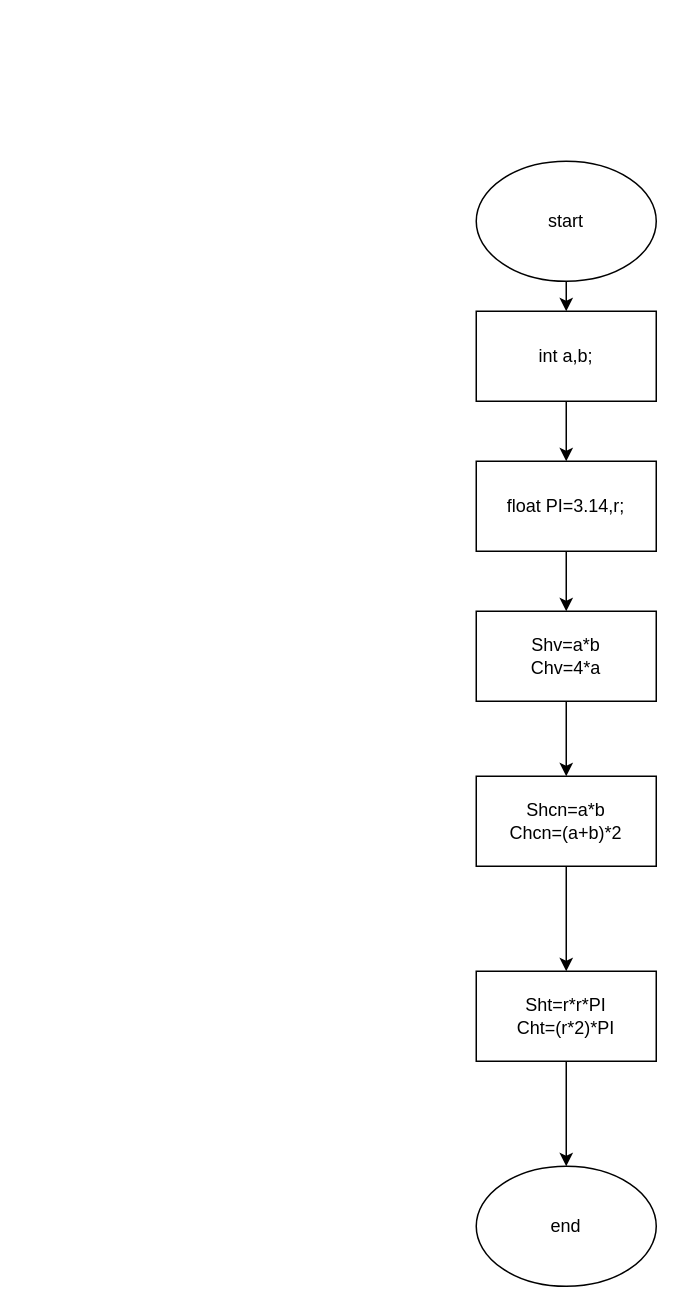
lananh243/ss2bt-bth.c keeps this draw.io diagram as bt ss2.drawio. Above is the earlier version. Source tidied: cells renumbered, new cells numbered last; positions are measured from the earlier drawing's top-left corner, leaving out a move shared by most shapes. Both pictures are drawn from the tidied source at 150%, with x=0, y=0 at pixel (476, 160).
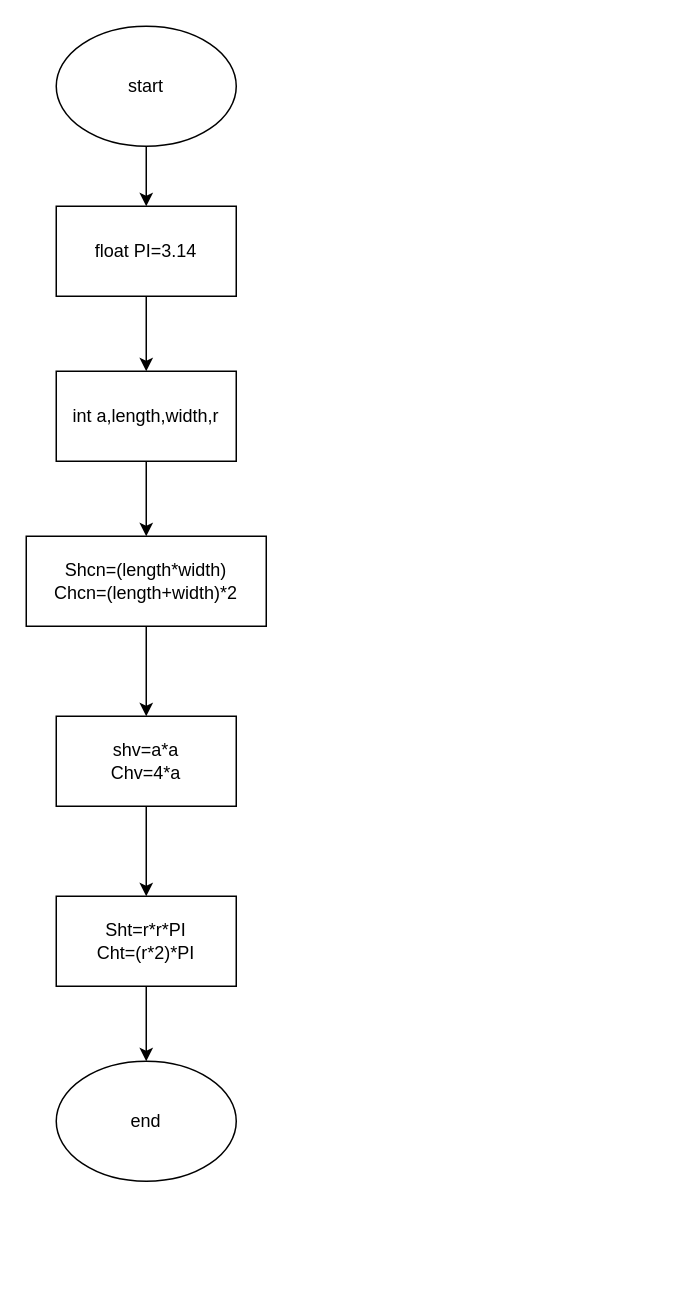
The same page after the edit.

What changed in the source:
```diff
@@
 <mxGraphModel>
   <root>
     <mxCell id="0" />
     <mxCell id="1" parent="0" />
-    <mxCell id="2" style="edgeStyle=orthogonalEdgeStyle;rounded=0;jettySize=auto;html=1;exitX=0.5;exitY=1;exitDx=0;exitDy=0;entryX=0.5;entryY=0;entryDx=0;entryDy=0;" parent="1" edge="1" source="3" target="5">
-      <mxGeometry relative="1" as="geometry" />
-    </mxCell>
+    <mxCell id="15" style="edgeStyle=orthogonalEdgeStyle;rounded=0;jettySize=auto;html=1;exitX=0.5;exitY=1;exitDx=0;exitDy=0;" parent="1" edge="1" source="3" target="17">
+      <mxGeometry relative="1" as="geometry" />
+    </mxCell>
     <mxCell id="3" value="start" style="ellipse;whiteSpace=wrap;html=1;" parent="1" vertex="1">
-      <mxGeometry width="120" height="80" as="geometry" />
+      <mxGeometry x="-280" y="-90" width="120" height="80" as="geometry" />
     </mxCell>
-    <mxCell id="4" style="edgeStyle=orthogonalEdgeStyle;rounded=0;jettySize=auto;html=1;exitX=0.5;exitY=1;exitDx=0;exitDy=0;entryX=0.5;entryY=0;entryDx=0;entryDy=0;" parent="1" edge="1" source="5" target="7">
-      <mxGeometry relative="1" as="geometry" />
-    </mxCell>
-    <mxCell id="5" value="int a,b;" style="rounded=0;whiteSpace=wrap;html=1;" parent="1" vertex="1">
-      <mxGeometry y="100" width="120" height="60" as="geometry" />
-    </mxCell>
-    <mxCell id="6" style="edgeStyle=orthogonalEdgeStyle;rounded=0;jettySize=auto;html=1;exitX=0.5;exitY=1;exitDx=0;exitDy=0;entryX=0.5;entryY=0;entryDx=0;entryDy=0;" parent="1" edge="1" source="7" target="9">
-      <mxGeometry relative="1" as="geometry" />
-    </mxCell>
-    <mxCell id="7" value="float PI=3.14,r;" style="rounded=0;whiteSpace=wrap;html=1;" parent="1" vertex="1">
-      <mxGeometry y="200" width="120" height="60" as="geometry" />
-    </mxCell>
-    <mxCell id="8" style="edgeStyle=orthogonalEdgeStyle;rounded=0;jettySize=auto;html=1;exitX=0.5;exitY=1;exitDx=0;exitDy=0;entryX=0.5;entryY=0;entryDx=0;entryDy=0;" parent="1" edge="1" source="9" target="11">
-      <mxGeometry relative="1" as="geometry" />
-    </mxCell>
-    <mxCell id="9" value="Shv=a*b&lt;br&gt;Chv=4*a" style="rounded=0;whiteSpace=wrap;html=1;" parent="1" vertex="1">
-      <mxGeometry y="300" width="120" height="60" as="geometry" />
-    </mxCell>
-    <mxCell id="10" style="edgeStyle=orthogonalEdgeStyle;rounded=0;jettySize=auto;html=1;exitX=0.5;exitY=1;exitDx=0;exitDy=0;entryX=0.5;entryY=0;entryDx=0;entryDy=0;" parent="1" edge="1" source="11" target="13">
-      <mxGeometry relative="1" as="geometry" />
-    </mxCell>
-    <mxCell id="11" value="Shcn=a*b&lt;br&gt;Chcn=(a+b)*2" style="rounded=0;whiteSpace=wrap;html=1;" parent="1" vertex="1">
-      <mxGeometry y="410" width="120" height="60" as="geometry" />
-    </mxCell>
+    <mxCell id="16" style="edgeStyle=orthogonalEdgeStyle;rounded=0;jettySize=auto;html=1;exitX=0.5;exitY=1;exitDx=0;exitDy=0;entryX=0.5;entryY=0;entryDx=0;entryDy=0;" parent="1" edge="1" source="17" target="19">
+      <mxGeometry relative="1" as="geometry" />
+    </mxCell>
+    <mxCell id="17" value="float PI=3.14" style="rounded=0;whiteSpace=wrap;html=1;" parent="1" vertex="1">
+      <mxGeometry x="-280" y="30" width="120" height="60" as="geometry" />
+    </mxCell>
+    <mxCell id="18" style="edgeStyle=orthogonalEdgeStyle;rounded=0;jettySize=auto;html=1;exitX=0.5;exitY=1;exitDx=0;exitDy=0;entryX=0.5;entryY=0;entryDx=0;entryDy=0;" parent="1" edge="1" source="19" target="21">
+      <mxGeometry relative="1" as="geometry" />
+    </mxCell>
+    <mxCell id="19" value="int a,length,width,r" style="rounded=0;whiteSpace=wrap;html=1;" parent="1" vertex="1">
+      <mxGeometry x="-280" y="140" width="120" height="60" as="geometry" />
+    </mxCell>
+    <mxCell id="20" style="edgeStyle=orthogonalEdgeStyle;rounded=0;jettySize=auto;html=1;exitX=0.5;exitY=1;exitDx=0;exitDy=0;entryX=0.5;entryY=0;entryDx=0;entryDy=0;" parent="1" edge="1" source="21" target="23">
+      <mxGeometry relative="1" as="geometry" />
+    </mxCell>
+    <mxCell id="21" value="Shcn=(length*width)&lt;br&gt;Chcn=(length+width)*2" style="rounded=0;whiteSpace=wrap;html=1;" parent="1" vertex="1">
+      <mxGeometry x="-300" y="250" width="160" height="60" as="geometry" />
+    </mxCell>
+    <mxCell id="22" style="edgeStyle=orthogonalEdgeStyle;rounded=0;jettySize=auto;html=1;exitX=0.5;exitY=1;exitDx=0;exitDy=0;entryX=0.5;entryY=0;entryDx=0;entryDy=0;" parent="1" edge="1" source="23" target="13">
+      <mxGeometry relative="1" as="geometry" />
+    </mxCell>
+    <mxCell id="23" value="shv=a*a&lt;br&gt;Chv=4*a" style="rounded=0;whiteSpace=wrap;html=1;" parent="1" vertex="1">
+      <mxGeometry x="-280" y="370" width="120" height="60" as="geometry" />
+    </mxCell>
-    <mxCell id="12" style="edgeStyle=orthogonalEdgeStyle;rounded=0;jettySize=auto;html=1;exitX=0.5;exitY=1;exitDx=0;exitDy=0;" parent="1" edge="1" source="13" target="14">
+    <mxCell id="12" style="edgeStyle=orthogonalEdgeStyle;rounded=0;jettySize=auto;html=1;exitX=0.5;exitY=1;exitDx=0;exitDy=0;entryX=0.5;entryY=0;entryDx=0;entryDy=0;" parent="1" edge="1" source="13" target="14">
       <mxGeometry relative="1" as="geometry" />
     </mxCell>
     <mxCell id="13" value="Sht=r*r*PI&lt;br&gt;Cht=(r*2)*PI" style="rounded=0;whiteSpace=wrap;html=1;" parent="1" vertex="1">
-      <mxGeometry y="540" width="120" height="60" as="geometry" />
+      <mxGeometry x="-280" y="490" width="120" height="60" as="geometry" />
     </mxCell>
     <mxCell id="14" value="end" style="ellipse;whiteSpace=wrap;html=1;" parent="1" vertex="1">
-      <mxGeometry y="670" width="120" height="80" as="geometry" />
+      <mxGeometry x="-280" y="600" width="120" height="80" as="geometry" />
     </mxCell>
   </root>
 </mxGraphModel>
```
